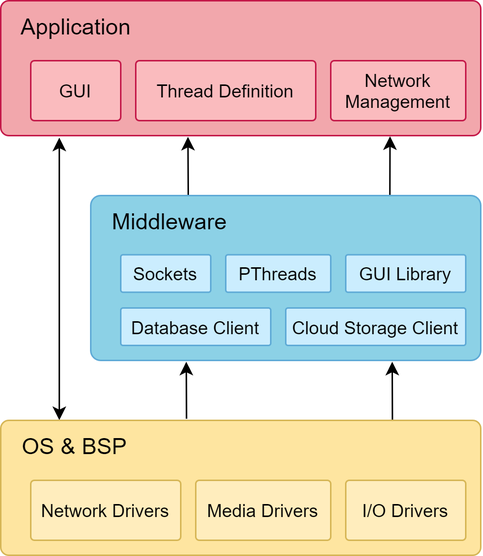
esrg-silent-howl/argos keeps this draw.io diagram as 2. Analysis/4. Software Architecture/software_architecture_remote.png. Above is the earlier version. Source tidied: cells renumbered, new cells last; positions are measured from the earlier drawing's top-left corner, leaving out a move shared by most shapes. The source it was exported from:
```xml
<mxGraphModel>
  <root>
    <mxCell id="0" />
    <mxCell id="1" parent="0" />
    <mxCell id="2" value="&amp;nbsp; &amp;nbsp;Application" style="rounded=1;whiteSpace=wrap;html=1;align=left;verticalAlign=top;arcSize=6;fontSize=15;spacingTop=2;fillColor=#F2A7AC;strokeColor=#C41949;" parent="1" vertex="1">
      <mxGeometry width="320" height="90" as="geometry" />
    </mxCell>
    <mxCell id="3" style="rounded=0;jettySize=auto;html=1;exitX=0.767;exitY=0.002;exitDx=0;exitDy=0;entryX=0.811;entryY=1.005;entryDx=0;entryDy=0;entryPerimeter=0;startArrow=none;startFill=0;fontSize=16;endArrow=classic;endFill=1;exitPerimeter=0;" parent="1" edge="1" source="7" target="2">
      <mxGeometry relative="1" as="geometry" />
    </mxCell>
    <mxCell id="4" style="rounded=0;jettySize=auto;html=1;exitX=0.25;exitY=0;exitDx=0;exitDy=0;entryX=0.39;entryY=1.009;entryDx=0;entryDy=0;entryPerimeter=0;startArrow=none;startFill=0;fontSize=16;endArrow=classic;endFill=1;" parent="1" edge="1" source="7" target="2">
      <mxGeometry relative="1" as="geometry" />
    </mxCell>
    <mxCell id="5" style="rounded=0;jettySize=auto;html=1;exitX=0.245;exitY=1.008;exitDx=0;exitDy=0;startArrow=classic;startFill=1;fontSize=16;endArrow=none;endFill=0;exitPerimeter=0;entryX=0.387;entryY=-0.012;entryDx=0;entryDy=0;entryPerimeter=0;" parent="1" edge="1" source="7" target="9">
      <mxGeometry relative="1" as="geometry" />
    </mxCell>
    <mxCell id="6" style="rounded=0;jettySize=auto;html=1;entryX=0.816;entryY=0.006;entryDx=0;entryDy=0;entryPerimeter=0;startArrow=classic;startFill=1;fontSize=16;endArrow=none;endFill=0;exitX=0.773;exitY=1.008;exitDx=0;exitDy=0;exitPerimeter=0;" parent="1" edge="1" source="7" target="9">
      <mxGeometry relative="1" as="geometry" />
    </mxCell>
    <mxCell id="7" value="&amp;nbsp; &amp;nbsp;Middleware" style="rounded=1;whiteSpace=wrap;html=1;align=left;verticalAlign=top;arcSize=6;fontSize=15;spacingTop=2;strokeColor=#5EAAD6;fillColor=#8CD1E6;" parent="1" vertex="1">
      <mxGeometry x="60" y="130" width="260" height="110" as="geometry" />
    </mxCell>
    <mxCell id="8" style="rounded=0;jettySize=auto;html=1;entryX=0.122;entryY=1.015;entryDx=0;entryDy=0;entryPerimeter=0;exitX=0.122;exitY=-0.002;exitDx=0;exitDy=0;exitPerimeter=0;startArrow=classic;startFill=1;" parent="1" edge="1" source="9" target="2">
      <mxGeometry relative="1" as="geometry" />
    </mxCell>
    <mxCell id="9" value="&amp;nbsp; &amp;nbsp;OS &amp;amp; BSP" style="rounded=1;whiteSpace=wrap;html=1;align=left;verticalAlign=top;arcSize=6;fontSize=15;strokeColor=#d6b656;spacingTop=2;fillColor=#FEE5A0;" parent="1" vertex="1">
      <mxGeometry y="280" width="320" height="90" as="geometry" />
    </mxCell>
    <mxCell id="10" value="Cloud Storage Client" style="rounded=1;whiteSpace=wrap;html=1;align=center;verticalAlign=middle;arcSize=6;strokeColor=#5EAAD6;fillColor=#CBEDFE;" parent="1" vertex="1">
      <mxGeometry x="190" y="205" width="120" height="25" as="geometry" />
    </mxCell>
    <mxCell id="11" value="Network Management" style="rounded=1;whiteSpace=wrap;html=1;align=center;verticalAlign=middle;arcSize=6;strokeColor=#C41949;fillColor=#FABBBE;" parent="1" vertex="1">
      <mxGeometry x="220" y="40" width="90" height="40" as="geometry" />
    </mxCell>
    <mxCell id="12" value="Database Client" style="rounded=1;whiteSpace=wrap;html=1;align=center;verticalAlign=middle;arcSize=6;strokeColor=#5EAAD6;fillColor=#CBEDFE;" parent="1" vertex="1">
      <mxGeometry x="80" y="205" width="100" height="25" as="geometry" />
    </mxCell>
    <mxCell id="13" value="PThreads" style="rounded=1;whiteSpace=wrap;html=1;align=center;verticalAlign=middle;arcSize=6;strokeColor=#5EAAD6;fillColor=#CBEDFE;" parent="1" vertex="1">
      <mxGeometry x="150" y="169.5" width="70" height="25" as="geometry" />
    </mxCell>
    <mxCell id="14" value="Sockets" style="rounded=1;whiteSpace=wrap;html=1;align=center;verticalAlign=middle;arcSize=6;strokeColor=#5EAAD6;fillColor=#CBEDFE;" parent="1" vertex="1">
      <mxGeometry x="80" y="169.5" width="60" height="25" as="geometry" />
    </mxCell>
    <mxCell id="15" value="GUI Library" style="rounded=1;whiteSpace=wrap;html=1;align=center;verticalAlign=middle;arcSize=6;strokeColor=#5EAAD6;fillColor=#CBEDFE;" parent="1" vertex="1">
      <mxGeometry x="230" y="169.5" width="80" height="25" as="geometry" />
    </mxCell>
    <mxCell id="16" value="Network Drivers" style="rounded=1;whiteSpace=wrap;html=1;align=center;verticalAlign=middle;arcSize=6;strokeColor=#d6b656;fillColor=#FFEDBD;" parent="1" vertex="1">
      <mxGeometry x="20" y="320" width="100" height="40" as="geometry" />
    </mxCell>
    <mxCell id="17" value="Media Drivers" style="rounded=1;whiteSpace=wrap;html=1;align=center;verticalAlign=middle;arcSize=6;strokeColor=#d6b656;fillColor=#FFEDBD;" parent="1" vertex="1">
      <mxGeometry x="130" y="320" width="90" height="40" as="geometry" />
    </mxCell>
    <mxCell id="18" value="I/O Drivers" style="rounded=1;whiteSpace=wrap;html=1;align=center;verticalAlign=middle;arcSize=6;strokeColor=#d6b656;fillColor=#FFEDBD;" parent="1" vertex="1">
      <mxGeometry x="230" y="320" width="80" height="40" as="geometry" />
    </mxCell>
    <mxCell id="19" value="Thread Definition" style="rounded=1;whiteSpace=wrap;html=1;align=center;verticalAlign=middle;arcSize=6;strokeColor=#C41949;fillColor=#FABBBE;" parent="1" vertex="1">
      <mxGeometry x="90" y="40" width="120" height="40" as="geometry" />
    </mxCell>
    <mxCell id="20" value="GUI" style="rounded=1;whiteSpace=wrap;html=1;align=center;verticalAlign=middle;arcSize=6;strokeColor=#C41949;fillColor=#FABBBE;" parent="1" vertex="1">
      <mxGeometry x="20" y="40" width="60" height="40" as="geometry" />
    </mxCell>
  </root>
</mxGraphModel>
```
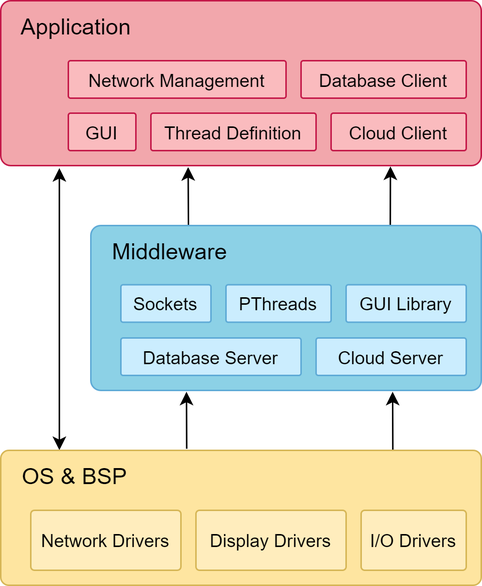
After the change.

Commit message:
FIX: Reviewed Software Architecture Diagrams

The edit, as a diff of the source:
```diff
@@ -3,7 +3,7 @@
     <mxCell id="0" />
     <mxCell id="1" parent="0" />
     <mxCell id="2" value="&amp;nbsp; &amp;nbsp;Application" style="rounded=1;whiteSpace=wrap;html=1;align=left;verticalAlign=top;arcSize=6;fontSize=15;spacingTop=2;fillColor=#F2A7AC;strokeColor=#C41949;" parent="1" vertex="1">
-      <mxGeometry width="320" height="90" as="geometry" />
+      <mxGeometry y="-20" width="320" height="110" as="geometry" />
     </mxCell>
     <mxCell id="3" style="rounded=0;jettySize=auto;html=1;exitX=0.767;exitY=0.002;exitDx=0;exitDy=0;entryX=0.811;entryY=1.005;entryDx=0;entryDy=0;entryPerimeter=0;startArrow=none;startFill=0;fontSize=16;endArrow=classic;endFill=1;exitPerimeter=0;" parent="1" edge="1" source="7" target="2">
       <mxGeometry relative="1" as="geometry" />
@@ -26,14 +26,14 @@
     <mxCell id="9" value="&amp;nbsp; &amp;nbsp;OS &amp;amp; BSP" style="rounded=1;whiteSpace=wrap;html=1;align=left;verticalAlign=top;arcSize=6;fontSize=15;strokeColor=#d6b656;spacingTop=2;fillColor=#FEE5A0;" parent="1" vertex="1">
       <mxGeometry y="280" width="320" height="90" as="geometry" />
     </mxCell>
-    <mxCell id="10" value="Cloud Storage Client" style="rounded=1;whiteSpace=wrap;html=1;align=center;verticalAlign=middle;arcSize=6;strokeColor=#5EAAD6;fillColor=#CBEDFE;" parent="1" vertex="1">
-      <mxGeometry x="190" y="205" width="120" height="25" as="geometry" />
+    <mxCell id="10" value="Cloud Server" style="rounded=1;whiteSpace=wrap;html=1;align=center;verticalAlign=middle;arcSize=6;strokeColor=#5EAAD6;fillColor=#CBEDFE;" parent="1" vertex="1">
+      <mxGeometry x="210" y="205" width="100" height="25" as="geometry" />
     </mxCell>
     <mxCell id="11" value="Network Management" style="rounded=1;whiteSpace=wrap;html=1;align=center;verticalAlign=middle;arcSize=6;strokeColor=#C41949;fillColor=#FABBBE;" parent="1" vertex="1">
-      <mxGeometry x="220" y="40" width="90" height="40" as="geometry" />
+      <mxGeometry x="45" y="20" width="145" height="25" as="geometry" />
     </mxCell>
-    <mxCell id="12" value="Database Client" style="rounded=1;whiteSpace=wrap;html=1;align=center;verticalAlign=middle;arcSize=6;strokeColor=#5EAAD6;fillColor=#CBEDFE;" parent="1" vertex="1">
-      <mxGeometry x="80" y="205" width="100" height="25" as="geometry" />
+    <mxCell id="12" value="Database Server" style="rounded=1;whiteSpace=wrap;html=1;align=center;verticalAlign=middle;arcSize=6;strokeColor=#5EAAD6;fillColor=#CBEDFE;" parent="1" vertex="1">
+      <mxGeometry x="80" y="205" width="120" height="25" as="geometry" />
     </mxCell>
     <mxCell id="13" value="PThreads" style="rounded=1;whiteSpace=wrap;html=1;align=center;verticalAlign=middle;arcSize=6;strokeColor=#5EAAD6;fillColor=#CBEDFE;" parent="1" vertex="1">
       <mxGeometry x="150" y="169.5" width="70" height="25" as="geometry" />
@@ -47,17 +47,23 @@
     <mxCell id="16" value="Network Drivers" style="rounded=1;whiteSpace=wrap;html=1;align=center;verticalAlign=middle;arcSize=6;strokeColor=#d6b656;fillColor=#FFEDBD;" parent="1" vertex="1">
       <mxGeometry x="20" y="320" width="100" height="40" as="geometry" />
     </mxCell>
-    <mxCell id="17" value="Media Drivers" style="rounded=1;whiteSpace=wrap;html=1;align=center;verticalAlign=middle;arcSize=6;strokeColor=#d6b656;fillColor=#FFEDBD;" parent="1" vertex="1">
-      <mxGeometry x="130" y="320" width="90" height="40" as="geometry" />
+    <mxCell id="17" value="Display Drivers" style="rounded=1;whiteSpace=wrap;html=1;align=center;verticalAlign=middle;arcSize=6;strokeColor=#d6b656;fillColor=#FFEDBD;" parent="1" vertex="1">
+      <mxGeometry x="130" y="320" width="100" height="40" as="geometry" />
     </mxCell>
     <mxCell id="18" value="I/O Drivers" style="rounded=1;whiteSpace=wrap;html=1;align=center;verticalAlign=middle;arcSize=6;strokeColor=#d6b656;fillColor=#FFEDBD;" parent="1" vertex="1">
-      <mxGeometry x="230" y="320" width="80" height="40" as="geometry" />
+      <mxGeometry x="240" y="320" width="70" height="40" as="geometry" />
     </mxCell>
     <mxCell id="19" value="Thread Definition" style="rounded=1;whiteSpace=wrap;html=1;align=center;verticalAlign=middle;arcSize=6;strokeColor=#C41949;fillColor=#FABBBE;" parent="1" vertex="1">
-      <mxGeometry x="90" y="40" width="120" height="40" as="geometry" />
+      <mxGeometry x="100" y="55" width="110" height="25" as="geometry" />
     </mxCell>
     <mxCell id="20" value="GUI" style="rounded=1;whiteSpace=wrap;html=1;align=center;verticalAlign=middle;arcSize=6;strokeColor=#C41949;fillColor=#FABBBE;" parent="1" vertex="1">
-      <mxGeometry x="20" y="40" width="60" height="40" as="geometry" />
+      <mxGeometry x="45" y="55" width="45" height="25" as="geometry" />
     </mxCell>
+    <mxCell id="21" value="Cloud Client" style="rounded=1;whiteSpace=wrap;html=1;align=center;verticalAlign=middle;arcSize=6;strokeColor=#C41949;fillColor=#FABBBE;" parent="1" vertex="1">
+      <mxGeometry x="220" y="55" width="90" height="25" as="geometry" />
+    </mxCell>
+    <mxCell id="22" value="Database Client" style="rounded=1;whiteSpace=wrap;html=1;align=center;verticalAlign=middle;arcSize=6;strokeColor=#C41949;fillColor=#FABBBE;" parent="1" vertex="1">
+      <mxGeometry x="200" y="20" width="110" height="25" as="geometry" />
+    </mxCell>
   </root>
 </mxGraphModel>
```
